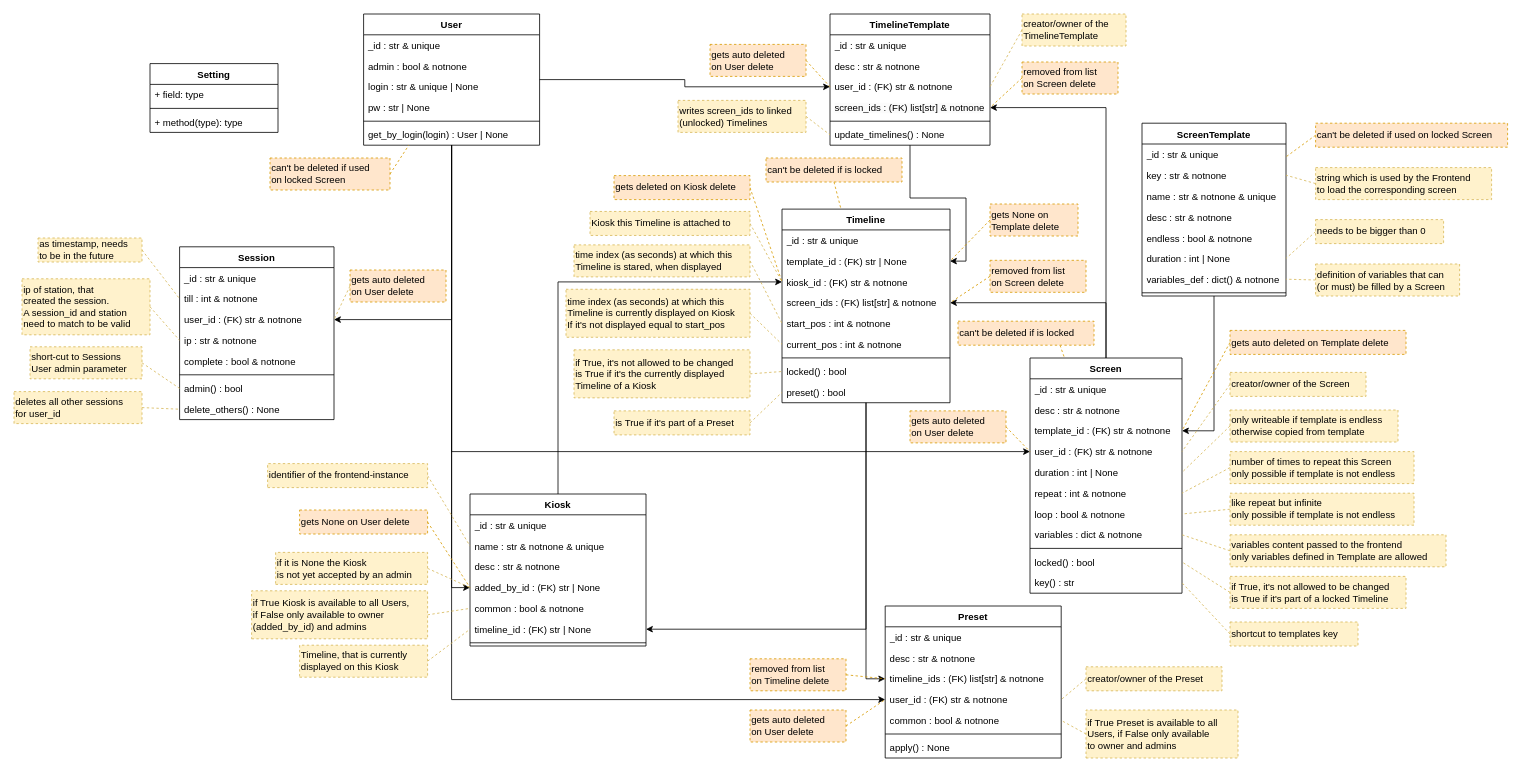
Earlier version of the draw.io diagram docs/elements.drawio (nlptournament/nlpt-kiosk). Source tidied: cells renumbered, new cells numbered last; positions are measured from the earlier drawing's top-left corner, leaving out a move shared by most shapes. Both pictures are drawn from the tidied source at 80%, with x=0, y=0 at pixel (14, 14).
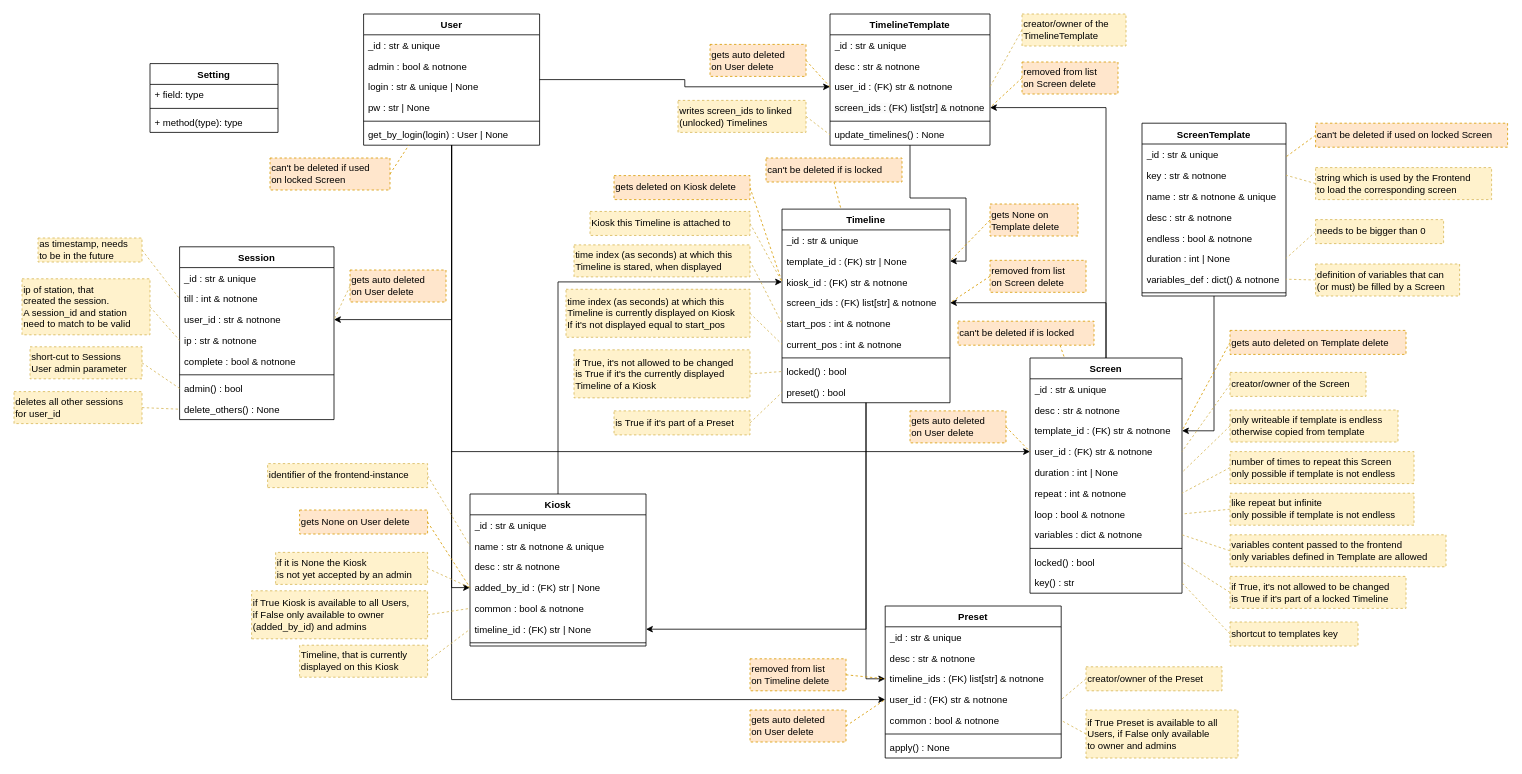
After the change.

The change refers to these unchanged cells:
```xml
<mxCell id="13" value="Session" style="swimlane;fontStyle=1;align=center;verticalAlign=top;horizontal=1;startSize=26;" parent="1" vertex="1">
  <mxGeometry x="207" y="291" width="193" height="216" as="geometry" />
</mxCell>
```

What changed in the source:
```diff
@@
-    <mxCell id="16" value="user_id : (FK) str &amp; notnone" style="text;align=left;verticalAlign=top;spacingLeft=4;spacingRight=4;overflow=hidden;points=[[0,0.5],[1,0.5]];portConstraint=eastwest;" parent="13" vertex="1">
+    <mxCell id="16" value="user_id : str &amp; notnone" style="text;align=left;verticalAlign=top;spacingLeft=4;spacingRight=4;overflow=hidden;points=[[0,0.5],[1,0.5]];portConstraint=eastwest;" parent="13" vertex="1">
       <mxGeometry y="78" width="193" height="26" as="geometry" />
     </mxCell>
```
